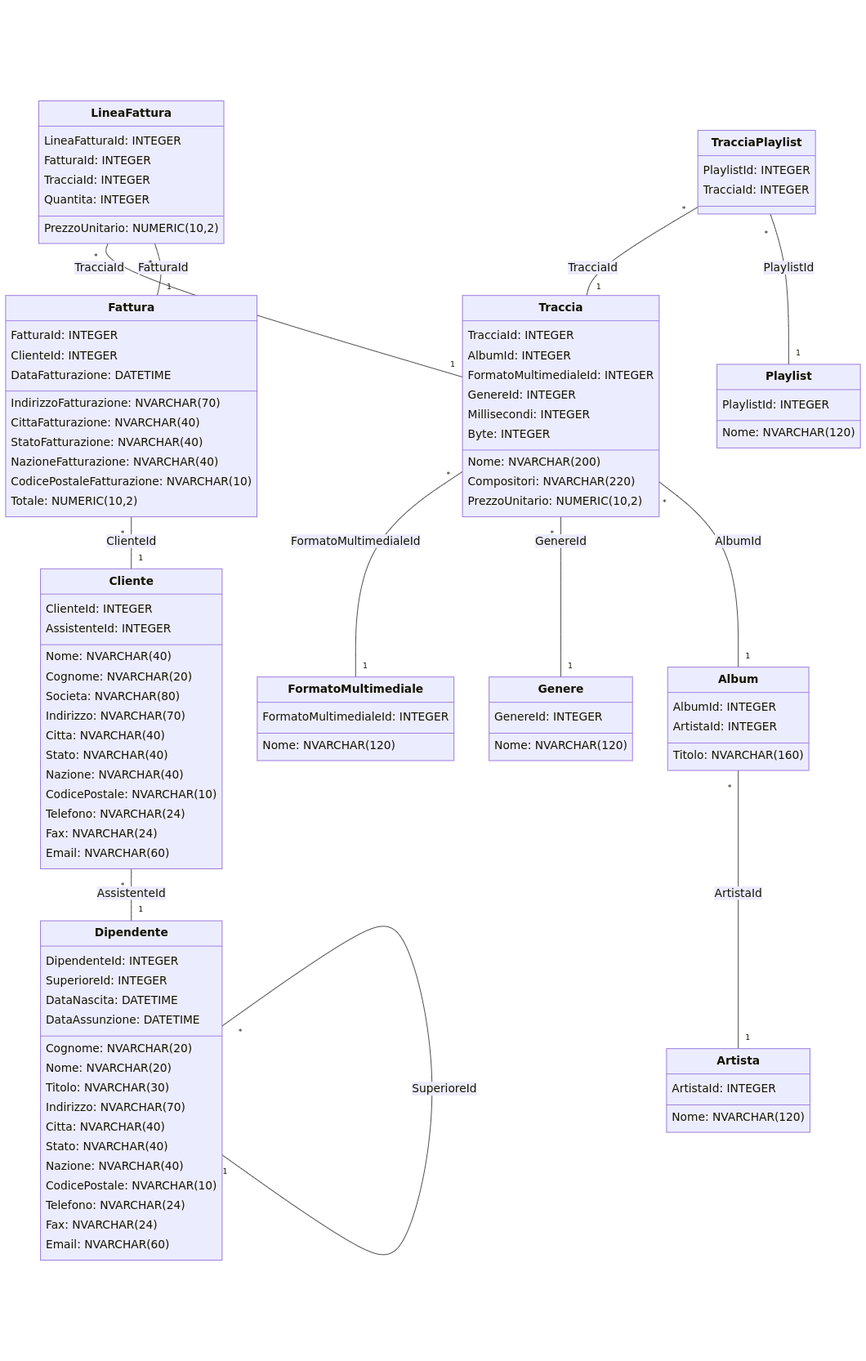
Above: chinook-it/img/chinook-it.png in gionatamassibenincasa/database-didattici (Mermaid), before the change. Its source is kept beside it as chinook-it/doc/chinook-it.mermaid.
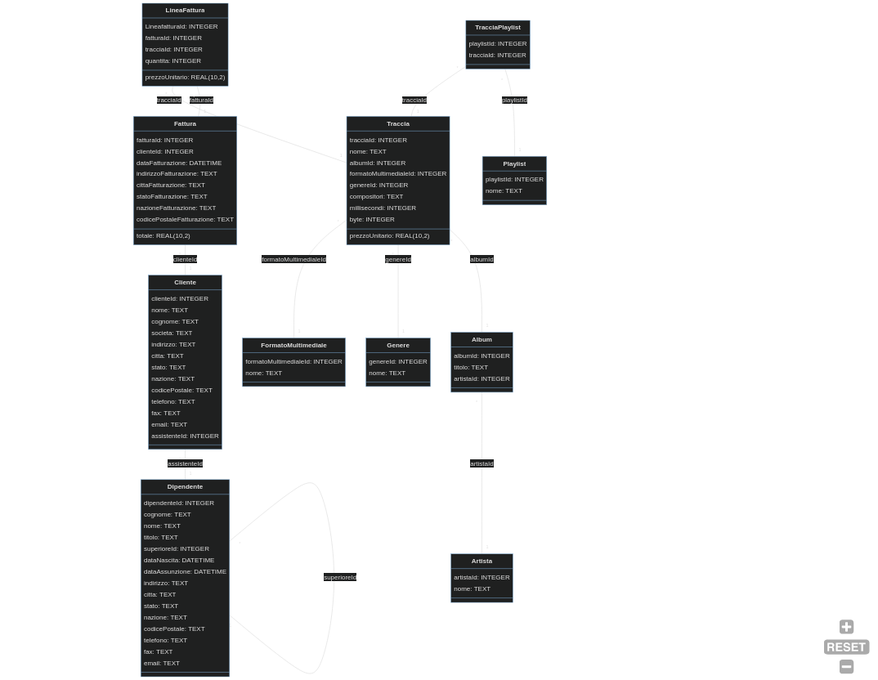
Above is the later version.

Commit message:
Riscritta Chinook-it secondo il coding style

What changed in the source:
```diff
@@ -1,109 +1,109 @@
 classDiagram
 class Album {
-	AlbumId: INTEGER
-	Titolo: TEXT
-	ArtistaId: INTEGER
+	albumId: INTEGER
+	titolo: TEXT
+	artistaId: INTEGER
 }
 
 class Artista {
-	ArtistaId: INTEGER
-	Nome: TEXT
+	artistaId: INTEGER
+	nome: TEXT
 }
 
 class Cliente {
-	ClienteId: INTEGER
-	Nome: TEXT
-	Cognome: TEXT
-	Societa: TEXT
-	Indirizzo: TEXT
-	Citta: TEXT
-	Stato: TEXT
-	Nazione: TEXT
-	CodicePostale: TEXT
-	Telefono: TEXT
-	Fax: TEXT
-	Email: TEXT
-	AssistenteId: INTEGER
+	clienteId: INTEGER
+	nome: TEXT
+	cognome: TEXT
+	societa: TEXT
+	indirizzo: TEXT
+	citta: TEXT
+	stato: TEXT
+	nazione: TEXT
+	codicePostale: TEXT
+	telefono: TEXT
+	fax: TEXT
+	email: TEXT
+	assistenteId: INTEGER
 }
 
 class Dipendente {
-	DipendenteId: INTEGER
-	Cognome: TEXT
-	Nome: TEXT
-	Titolo: TEXT
-	SuperioreId: INTEGER
-	DataNascita: DATETIME
-	DataAssunzione: DATETIME
-	Indirizzo: TEXT
-	Citta: TEXT
-	Stato: TEXT
-	Nazione: TEXT
-	CodicePostale: TEXT
-	Telefono: TEXT
-	Fax: TEXT
-	Email: TEXT
+	dipendenteId: INTEGER
+	cognome: TEXT
+	nome: TEXT
+	titolo: TEXT
+	superioreId: INTEGER
+	dataNascita: DATETIME
+	dataAssunzione: DATETIME
+	indirizzo: TEXT
+	citta: TEXT
+	stato: TEXT
+	nazione: TEXT
+	codicePostale: TEXT
+	telefono: TEXT
+	fax: TEXT
+	email: TEXT
 }
 
 class Genere {
-	GenereId: INTEGER
-	Nome: TEXT
+	genereId: INTEGER
+	nome: TEXT
 }
 
 class Fattura {
-	FatturaId: INTEGER
-	ClienteId: INTEGER
-	DataFatturazione: DATETIME
-	IndirizzoFatturazione: TEXT
-	CittaFatturazione: TEXT
-	StatoFatturazione: TEXT
-	NazioneFatturazione: TEXT
-	CodicePostaleFatturazione: TEXT
-	Totale: REAL(10,2)
+	fatturaId: INTEGER
+	clienteId: INTEGER
+	dataFatturazione: DATETIME
+	indirizzoFatturazione: TEXT
+	cittaFatturazione: TEXT
+	statoFatturazione: TEXT
+	nazioneFatturazione: TEXT
+	codicePostaleFatturazione: TEXT
+	totale: REAL(10,2)
 }
 
 class LineaFattura {
-	LineaFatturaId: INTEGER
-	FatturaId: INTEGER
-	TracciaId: INTEGER
-	PrezzoUnitario: REAL(10,2)
-	Quantita: INTEGER
+	LineafatturaId: INTEGER
+	fatturaId: INTEGER
+	tracciaId: INTEGER
+	prezzoUnitario: REAL(10,2)
+	quantita: INTEGER
 }
 
 class FormatoMultimediale {
-	FormatoMultimedialeId: INTEGER
-	Nome: TEXT
+	formatoMultimedialeId: INTEGER
+	nome: TEXT
 }
 
 class Playlist {
-	PlaylistId: INTEGER
-	Nome: TEXT
+	playlistId: INTEGER
+	nome: TEXT
 }
 
 class TracciaPlaylist {
-	PlaylistId: INTEGER
-	TracciaId: INTEGER
+	playlistId: INTEGER
+	tracciaId: INTEGER
 }
 
 class Traccia {
-	TracciaId: INTEGER
-	Nome: TEXT
-	AlbumId: INTEGER
-	FormatoMultimedialeId: INTEGER
-	GenereId: INTEGER
-	Compositori: TEXT
-	Millisecondi: INTEGER
-	Byte: INTEGER
-	PrezzoUnitario: REAL(10,2)
+	tracciaId: INTEGER
+	nome: TEXT
+	albumId: INTEGER
+	formatoMultimedialeId: INTEGER
+	genereId: INTEGER
+	compositori: TEXT
+	millisecondi: INTEGER
+	byte: INTEGER
+	prezzoUnitario: REAL(10,2)
 }
 
-Album "*" -- "1" Artista : ArtistaId
-Cliente "*" -- "1" Dipendente : AssistenteId
-Dipendente "*" -- "1" Dipendente : SuperioreId
-Fattura "*" -- "1" Cliente : ClienteId
-LineaFattura "*" -- "1" Traccia : TracciaId
-LineaFattura "*" -- "1" Fattura : FatturaId
-TracciaPlaylist "*" -- "1" Traccia : TracciaId
-TracciaPlaylist "*" -- "1" Playlist : PlaylistId
-Traccia "*" -- "1" FormatoMultimediale : FormatoMultimedialeId
-Traccia "*" -- "1" Genere : GenereId
-Traccia "*" -- "1" Album : AlbumId
+Album "*" -- "1" Artista : artistaId
+Cliente "*" -- "1" Dipendente : assistenteId
+Dipendente "*" -- "1" Dipendente : superioreId
+Fattura "*" -- "1" Cliente : clienteId
+LineaFattura "*" -- "1" Traccia : tracciaId
+LineaFattura "*" -- "1" Fattura : fatturaId
+TracciaPlaylist "*" -- "1" Traccia : tracciaId
+TracciaPlaylist "*" -- "1" Playlist : playlistId
+Traccia "*" -- "1" FormatoMultimediale : formatoMultimedialeId
+Traccia "*" -- "1" Genere : genereId
+Traccia "*" -- "1" Album : albumId
```
